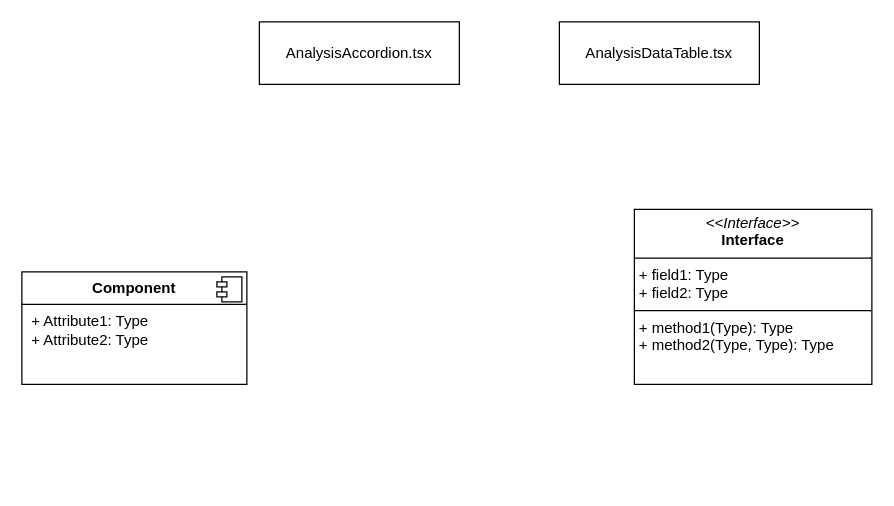
Above: page "オブジェクト関連図" (8 of 8) of NELAB.drawio in kaoru387/draw.io (draw.io), before the change. Source tidied: cells renumbered, new cells numbered last; positions are measured from the earlier drawing's top-left corner, leaving out a move shared by most shapes. Both pictures are drawn from the tidied source at 125%, with x=0, y=0 at pixel (21, 21).
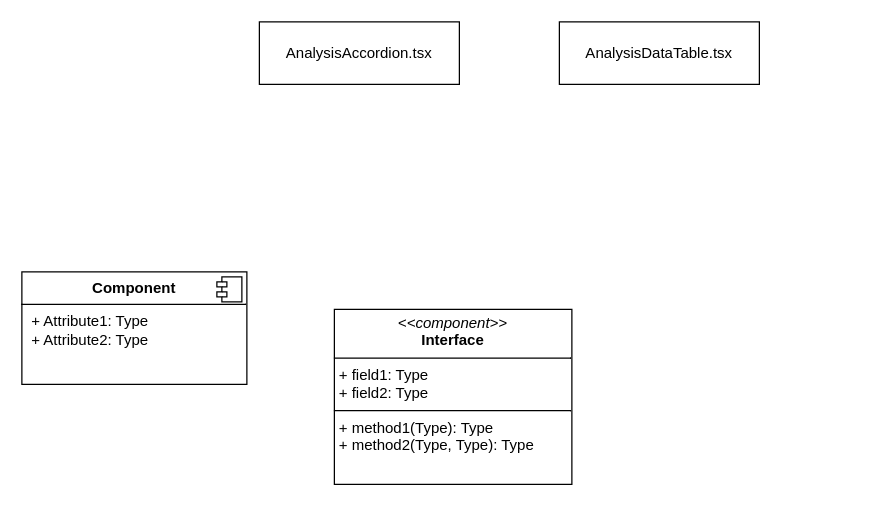
After the change.

What changed in the source:
```diff
@@
 <mxGraphModel>
   <root>
     <mxCell id="0" />
     <mxCell id="1" parent="0" />
     <mxCell id="2" value="AnalysisAccordion.tsx" style="html=1;whiteSpace=wrap;" parent="1" vertex="1">
       <mxGeometry x="190" width="160" height="50" as="geometry" />
     </mxCell>
     <mxCell id="3" value="AnalysisDataTable.tsx" style="html=1;whiteSpace=wrap;" parent="1" vertex="1">
       <mxGeometry x="430" width="160" height="50" as="geometry" />
     </mxCell>
-    <mxCell id="4" value="&lt;p style=&quot;margin:0px;margin-top:4px;text-align:center;&quot;&gt;&lt;i&gt;&amp;lt;&amp;lt;Interface&amp;gt;&amp;gt;&lt;/i&gt;&lt;br/&gt;&lt;b&gt;Interface&lt;/b&gt;&lt;/p&gt;&lt;hr size=&quot;1&quot; style=&quot;border-style:solid;&quot;/&gt;&lt;p style=&quot;margin:0px;margin-left:4px;&quot;&gt;+ field1: Type&lt;br/&gt;+ field2: Type&lt;/p&gt;&lt;hr size=&quot;1&quot; style=&quot;border-style:solid;&quot;/&gt;&lt;p style=&quot;margin:0px;margin-left:4px;&quot;&gt;+ method1(Type): Type&lt;br/&gt;+ method2(Type, Type): Type&lt;/p&gt;" style="verticalAlign=top;align=left;overflow=fill;html=1;whiteSpace=wrap;" parent="1" vertex="1">
-      <mxGeometry x="490" y="150" width="190" height="140" as="geometry" />
+    <mxCell id="4" value="&lt;p style=&quot;margin:0px;margin-top:4px;text-align:center;&quot;&gt;&lt;i&gt;&amp;lt;&amp;lt;component&amp;gt;&amp;gt;&lt;/i&gt;&lt;br&gt;&lt;b&gt;Interface&lt;/b&gt;&lt;/p&gt;&lt;hr size=&quot;1&quot; style=&quot;border-style:solid;&quot;&gt;&lt;p style=&quot;margin:0px;margin-left:4px;&quot;&gt;+ field1: Type&lt;br&gt;+ field2: Type&lt;/p&gt;&lt;hr size=&quot;1&quot; style=&quot;border-style:solid;&quot;&gt;&lt;p style=&quot;margin:0px;margin-left:4px;&quot;&gt;+ method1(Type): Type&lt;br&gt;+ method2(Type, Type): Type&lt;/p&gt;" style="verticalAlign=top;align=left;overflow=fill;html=1;whiteSpace=wrap;" parent="1" vertex="1">
+      <mxGeometry x="250" y="230" width="190" height="140" as="geometry" />
     </mxCell>
     <mxCell id="5" value="&lt;p style=&quot;margin:0px;margin-top:6px;text-align:center;&quot;&gt;&lt;b&gt;Component&lt;/b&gt;&lt;/p&gt;&lt;hr size=&quot;1&quot; style=&quot;border-style:solid;&quot;/&gt;&lt;p style=&quot;margin:0px;margin-left:8px;&quot;&gt;+ Attribute1: Type&lt;br/&gt;+ Attribute2: Type&lt;/p&gt;" style="align=left;overflow=fill;html=1;whiteSpace=wrap;" parent="1" vertex="1">
       <mxGeometry y="200" width="180" height="90" as="geometry" />
     </mxCell>
     <mxCell id="6" style="shape=component;jettyWidth=8;jettyHeight=4;" parent="5" vertex="1">
       <mxGeometry x="1" width="20" height="20" relative="1" as="geometry">
         <mxPoint x="-24" y="4" as="offset" />
       </mxGeometry>
     </mxCell>
   </root>
 </mxGraphModel>
```
